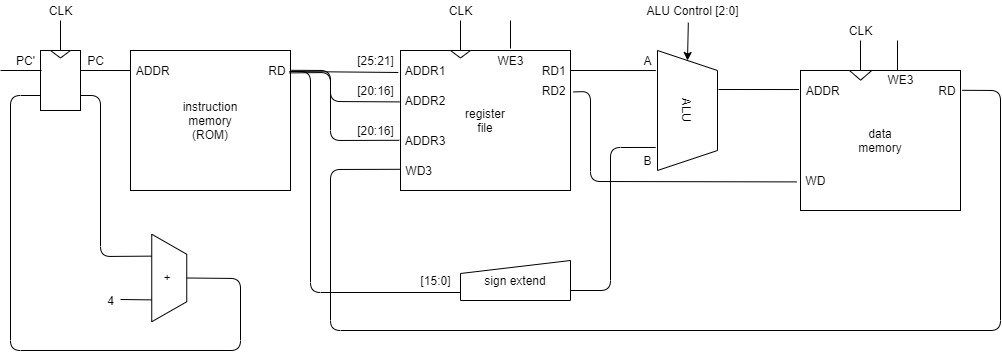
Before: doc/architecture.drawio.png, a diagram exported from draw.io (0n1shi/fpga-mips). Source tidied: cells renumbered, new cells last; positions are measured from the earlier drawing's top-left corner, leaving out a move shared by most shapes.
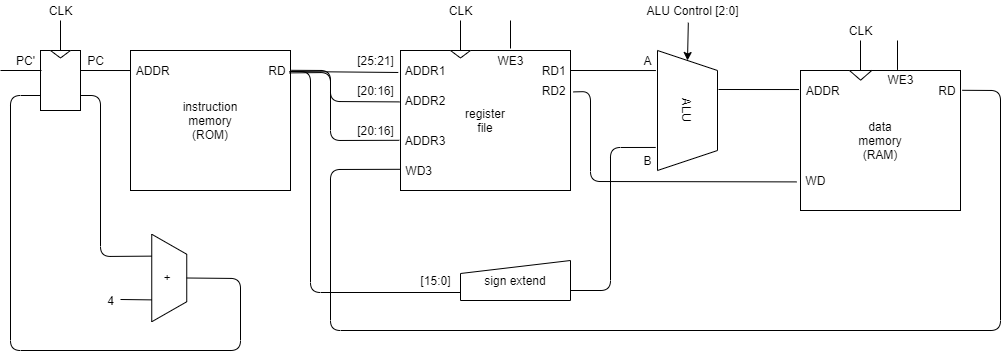
After the commit.

Commit message:
add sign extender

Change to the diagram source:
```diff
@@ -152,7 +152,7 @@
     <mxCell id="43" style="group;" parent="42" vertex="1">
       <mxGeometry y="-0.9" width="160" height="140.9" as="geometry" />
     </mxCell>
-    <mxCell id="44" value="data&lt;br&gt;memory" style="rounded=0;whiteSpace=wrap;html=1;" parent="43" vertex="1">
+    <mxCell id="44" value="data&lt;br&gt;memory&lt;br&gt;(RAM)" style="rounded=0;whiteSpace=wrap;html=1;" parent="43" vertex="1">
       <mxGeometry y="0.9" width="160" height="140" as="geometry" />
     </mxCell>
     <mxCell id="45" value="&amp;nbsp;ADDR" style="text;html=1;align=left;verticalAlign=middle;" parent="43" vertex="1">
```
